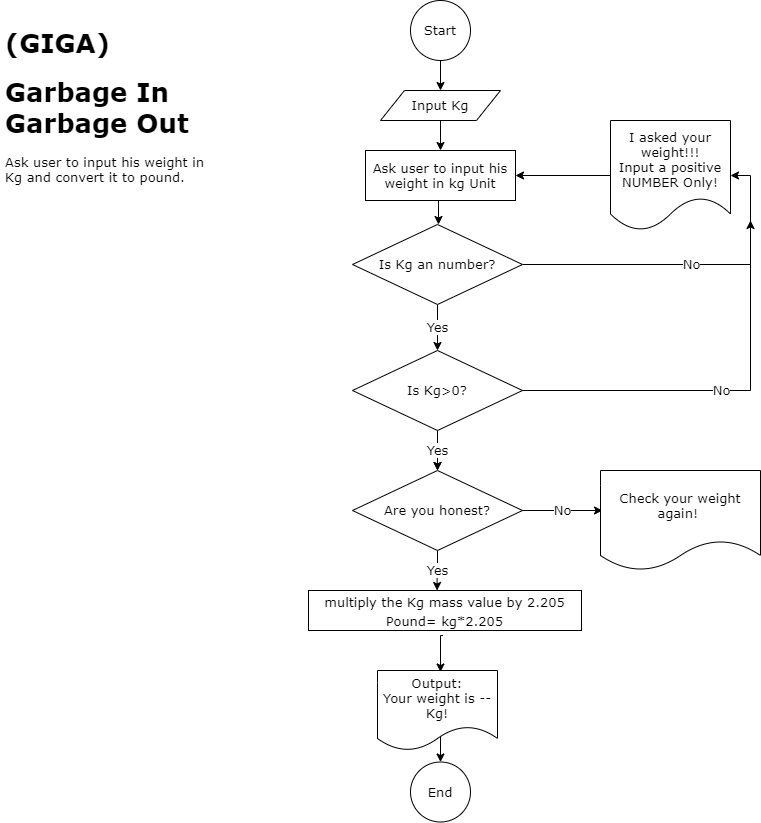
Earlier version of the draw.io export Kgr-Pound-GIGO.png (Elaheh-sharafian/Flowcharts). Source tidied: cells renumbered, new cells last; positions are measured from the earlier drawing's top-left corner, leaving out a move shared by most shapes. The source it was exported from:
```xml
<mxGraphModel>
  <root>
    <mxCell id="0" />
    <mxCell id="1" parent="0" />
    <mxCell id="2" style="edgeStyle=orthogonalEdgeStyle;rounded=0;jettySize=auto;html=1;exitX=0.5;exitY=1;exitDx=0;exitDy=0;fontFamily=Verdana;fontSize=13;" parent="1" edge="1" source="3" target="5">
      <mxGeometry relative="1" as="geometry" />
    </mxCell>
    <mxCell id="3" value="Start" style="ellipse;whiteSpace=wrap;html=1;fontFamily=Verdana;fontSize=13;" parent="1" vertex="1">
      <mxGeometry x="410" width="60" height="60" as="geometry" />
    </mxCell>
    <mxCell id="4" style="edgeStyle=orthogonalEdgeStyle;rounded=0;jettySize=auto;html=1;exitX=0.5;exitY=1;exitDx=0;exitDy=0;entryX=0.5;entryY=0;entryDx=0;entryDy=0;fontFamily=Verdana;fontSize=13;" parent="1" edge="1" target="11">
      <mxGeometry relative="1" as="geometry">
        <mxPoint x="445" y="120" as="sourcePoint" />
      </mxGeometry>
    </mxCell>
    <mxCell id="5" value="Input Kg" style="shape=parallelogram;perimeter=parallelogramPerimeter;whiteSpace=wrap;html=1;fontFamily=Verdana;fontSize=13;" parent="1" vertex="1">
      <mxGeometry x="380" y="90" width="120" height="30" as="geometry" />
    </mxCell>
    <mxCell id="6" style="edgeStyle=orthogonalEdgeStyle;rounded=0;orthogonalLoop=1;jettySize=auto;html=1;exitX=0.5;exitY=1;exitDx=0;exitDy=0;entryX=0.5;entryY=0;entryDx=0;entryDy=0;fontFamily=Verdana;fontSize=13;" parent="1" edge="1">
      <mxGeometry relative="1" as="geometry">
        <mxPoint x="442.5" y="635" as="sourcePoint" />
        <mxPoint x="440" y="671.5" as="targetPoint" />
      </mxGeometry>
    </mxCell>
    <mxCell id="7" value="&lt;div class=&quot;bjhkR&quot; style=&quot;margin-bottom: 2px ; padding: 2.5px 3px 1.5px&quot;&gt;multiply the Kg mass value by 2.205&lt;/div&gt;Pound= kg*2.205" style="rounded=0;whiteSpace=wrap;html=1;fontFamily=Verdana;fontSize=13;" parent="1" vertex="1">
      <mxGeometry x="308" y="590" width="273" height="40" as="geometry" />
    </mxCell>
    <mxCell id="8" style="edgeStyle=orthogonalEdgeStyle;rounded=0;jettySize=auto;html=1;exitX=0.5;exitY=1;exitDx=0;exitDy=0;entryX=0.5;entryY=0;entryDx=0;entryDy=0;fontFamily=Verdana;fontSize=13;" parent="1" edge="1" target="9">
      <mxGeometry relative="1" as="geometry">
        <mxPoint x="440" y="726.5" as="sourcePoint" />
      </mxGeometry>
    </mxCell>
    <mxCell id="9" value="End" style="ellipse;whiteSpace=wrap;html=1;fontFamily=Verdana;fontSize=13;" parent="1" vertex="1">
      <mxGeometry x="410" y="761.5" width="60" height="60" as="geometry" />
    </mxCell>
    <mxCell id="10" style="edgeStyle=orthogonalEdgeStyle;rounded=0;orthogonalLoop=1;jettySize=auto;html=1;exitX=0.5;exitY=1;exitDx=0;exitDy=0;entryX=0.5;entryY=0;entryDx=0;entryDy=0;fontFamily=Verdana;fontSize=13;" parent="1" edge="1">
      <mxGeometry relative="1" as="geometry">
        <mxPoint x="441" y="200" as="sourcePoint" />
        <mxPoint x="438" y="224" as="targetPoint" />
      </mxGeometry>
    </mxCell>
    <mxCell id="11" value="Ask user to input his weight in kg Unit" style="rounded=0;whiteSpace=wrap;html=1;fontFamily=Verdana;fontSize=13;align=center;" parent="1" vertex="1">
      <mxGeometry x="365" y="150" width="150" height="50" as="geometry" />
    </mxCell>
    <mxCell id="12" value="&lt;h1&gt;(GIGA)&lt;/h1&gt;&lt;h1&gt;Garbage In Garbage Out&lt;/h1&gt;&lt;p&gt;Ask user to input his weight in Kg and convert it to pound.&lt;/p&gt;" style="text;html=1;strokeColor=none;fillColor=none;spacing=5;spacingTop=-20;whiteSpace=wrap;overflow=hidden;rounded=0;fontFamily=Verdana;fontSize=13;align=left;" parent="1" vertex="1">
      <mxGeometry y="20" width="220" height="190" as="geometry" />
    </mxCell>
    <mxCell id="13" value="Yes" style="edgeStyle=orthogonalEdgeStyle;rounded=0;jettySize=auto;html=1;fontFamily=Verdana;fontSize=13;" parent="1" edge="1" source="15" target="19">
      <mxGeometry relative="1" as="geometry" />
    </mxCell>
    <mxCell id="14" value="No" style="edgeStyle=orthogonalEdgeStyle;rounded=0;jettySize=auto;html=1;entryX=1;entryY=0.5;entryDx=0;entryDy=0;fontFamily=Verdana;fontSize=13;" parent="1" edge="1" source="15" target="24">
      <mxGeometry relative="1" as="geometry" />
    </mxCell>
    <mxCell id="15" value="Is Kg an number?" style="rhombus;whiteSpace=wrap;html=1;fontFamily=Verdana;fontSize=13;align=center;" parent="1" vertex="1">
      <mxGeometry x="352" y="224" width="170" height="80" as="geometry" />
    </mxCell>
    <mxCell id="16" value="No" style="edgeStyle=orthogonalEdgeStyle;rounded=0;jettySize=auto;html=1;fontFamily=Verdana;fontSize=13;" parent="1" edge="1" source="19">
      <mxGeometry relative="1" as="geometry">
        <mxPoint x="750" y="220" as="targetPoint" />
      </mxGeometry>
    </mxCell>
    <mxCell id="17" style="edgeStyle=orthogonalEdgeStyle;rounded=0;jettySize=auto;html=1;fontFamily=Verdana;fontSize=13;" parent="1" edge="1" source="19" target="22">
      <mxGeometry relative="1" as="geometry" />
    </mxCell>
    <mxCell id="18" value="Yes" style="edgeStyle=orthogonalEdgeStyle;rounded=0;jettySize=auto;html=1;fontFamily=Verdana;fontSize=13;" parent="1" edge="1" source="19" target="22">
      <mxGeometry relative="1" as="geometry" />
    </mxCell>
    <mxCell id="19" value="Is Kg&amp;gt;0?" style="rhombus;whiteSpace=wrap;html=1;fontFamily=Verdana;fontSize=13;align=center;" parent="1" vertex="1">
      <mxGeometry x="352" y="350" width="170" height="80" as="geometry" />
    </mxCell>
    <mxCell id="20" value="No" style="edgeStyle=orthogonalEdgeStyle;rounded=0;jettySize=auto;html=1;fontFamily=Verdana;fontSize=13;" parent="1" edge="1" source="22">
      <mxGeometry relative="1" as="geometry">
        <mxPoint x="602" y="510" as="targetPoint" />
      </mxGeometry>
    </mxCell>
    <mxCell id="21" value="Yes" style="edgeStyle=orthogonalEdgeStyle;rounded=0;jettySize=auto;html=1;exitX=0.5;exitY=1;exitDx=0;exitDy=0;entryX=0.471;entryY=0;entryDx=0;entryDy=0;entryPerimeter=0;fontFamily=Verdana;fontSize=13;" parent="1" edge="1" source="22" target="7">
      <mxGeometry relative="1" as="geometry" />
    </mxCell>
    <mxCell id="22" value="Are you honest?" style="rhombus;whiteSpace=wrap;html=1;fontFamily=Verdana;fontSize=13;align=center;" parent="1" vertex="1">
      <mxGeometry x="352" y="470" width="170" height="80" as="geometry" />
    </mxCell>
    <mxCell id="23" style="edgeStyle=orthogonalEdgeStyle;rounded=0;jettySize=auto;html=1;entryX=1;entryY=0.5;entryDx=0;entryDy=0;fontFamily=Verdana;fontSize=13;" parent="1" edge="1" source="24" target="11">
      <mxGeometry relative="1" as="geometry" />
    </mxCell>
    <mxCell id="24" value="I asked your weight!!!&lt;br&gt;Input a positive NUMBER Only!" style="shape=document;whiteSpace=wrap;html=1;boundedLbl=1;fontFamily=Verdana;fontSize=13;align=center;" parent="1" vertex="1">
      <mxGeometry x="610" y="120" width="120" height="110" as="geometry" />
    </mxCell>
    <mxCell id="25" value="Check your weight again! &lt;br&gt;" style="shape=document;whiteSpace=wrap;html=1;boundedLbl=1;fontFamily=Verdana;fontSize=13;align=center;" parent="1" vertex="1">
      <mxGeometry x="600" y="470" width="160" height="100" as="geometry" />
    </mxCell>
    <mxCell id="26" value="Output:&lt;br&gt;Your weight is --Kg!" style="shape=document;whiteSpace=wrap;html=1;boundedLbl=1;fontFamily=Verdana;fontSize=13;align=center;" parent="1" vertex="1">
      <mxGeometry x="377" y="670" width="120" height="80" as="geometry" />
    </mxCell>
  </root>
</mxGraphModel>
```
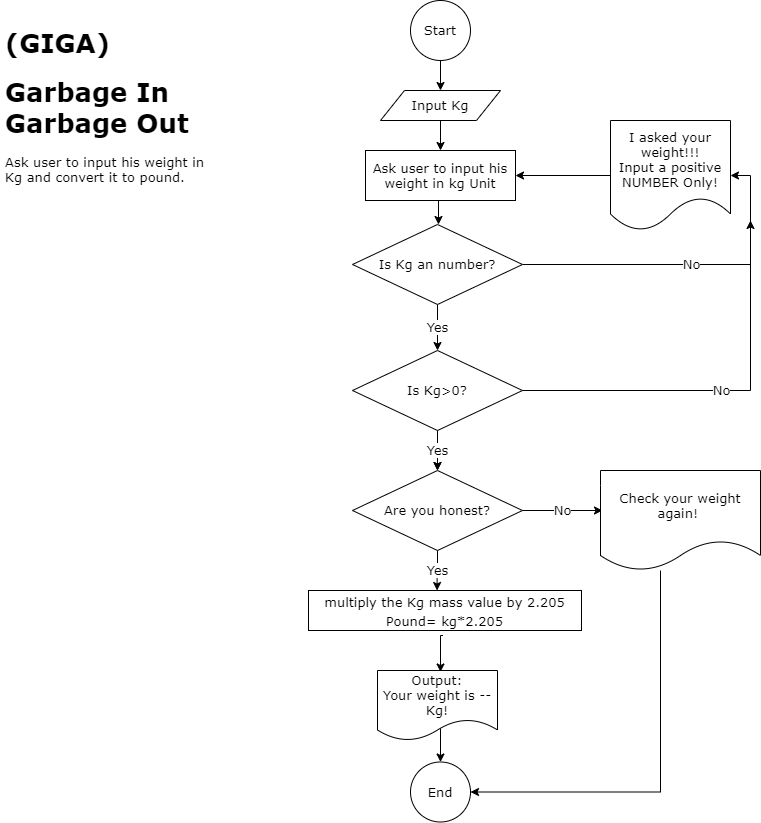
The same diagram one commit later.

The edit, as a diff of the source:
```diff
@@ -85,11 +85,18 @@
     <mxCell id="24" value="I asked your weight!!!&lt;br&gt;Input a positive NUMBER Only!" style="shape=document;whiteSpace=wrap;html=1;boundedLbl=1;fontFamily=Verdana;fontSize=13;align=center;" parent="1" vertex="1">
       <mxGeometry x="610" y="120" width="120" height="110" as="geometry" />
     </mxCell>
+    <mxCell id="27" style="edgeStyle=orthogonalEdgeStyle;rounded=0;jettySize=auto;html=1;entryX=1;entryY=0.5;entryDx=0;entryDy=0;fontFamily=Verdana;fontSize=13;" parent="1" edge="1" source="25" target="9">
+      <mxGeometry relative="1" as="geometry">
+        <Array as="points">
+          <mxPoint x="660" y="792" />
+        </Array>
+      </mxGeometry>
+    </mxCell>
     <mxCell id="25" value="Check your weight again! &lt;br&gt;" style="shape=document;whiteSpace=wrap;html=1;boundedLbl=1;fontFamily=Verdana;fontSize=13;align=center;" parent="1" vertex="1">
       <mxGeometry x="600" y="470" width="160" height="100" as="geometry" />
     </mxCell>
     <mxCell id="26" value="Output:&lt;br&gt;Your weight is --Kg!" style="shape=document;whiteSpace=wrap;html=1;boundedLbl=1;fontFamily=Verdana;fontSize=13;align=center;" parent="1" vertex="1">
-      <mxGeometry x="377" y="670" width="120" height="80" as="geometry" />
+      <mxGeometry x="377" y="670" width="120" height="70" as="geometry" />
     </mxCell>
   </root>
 </mxGraphModel>
```
